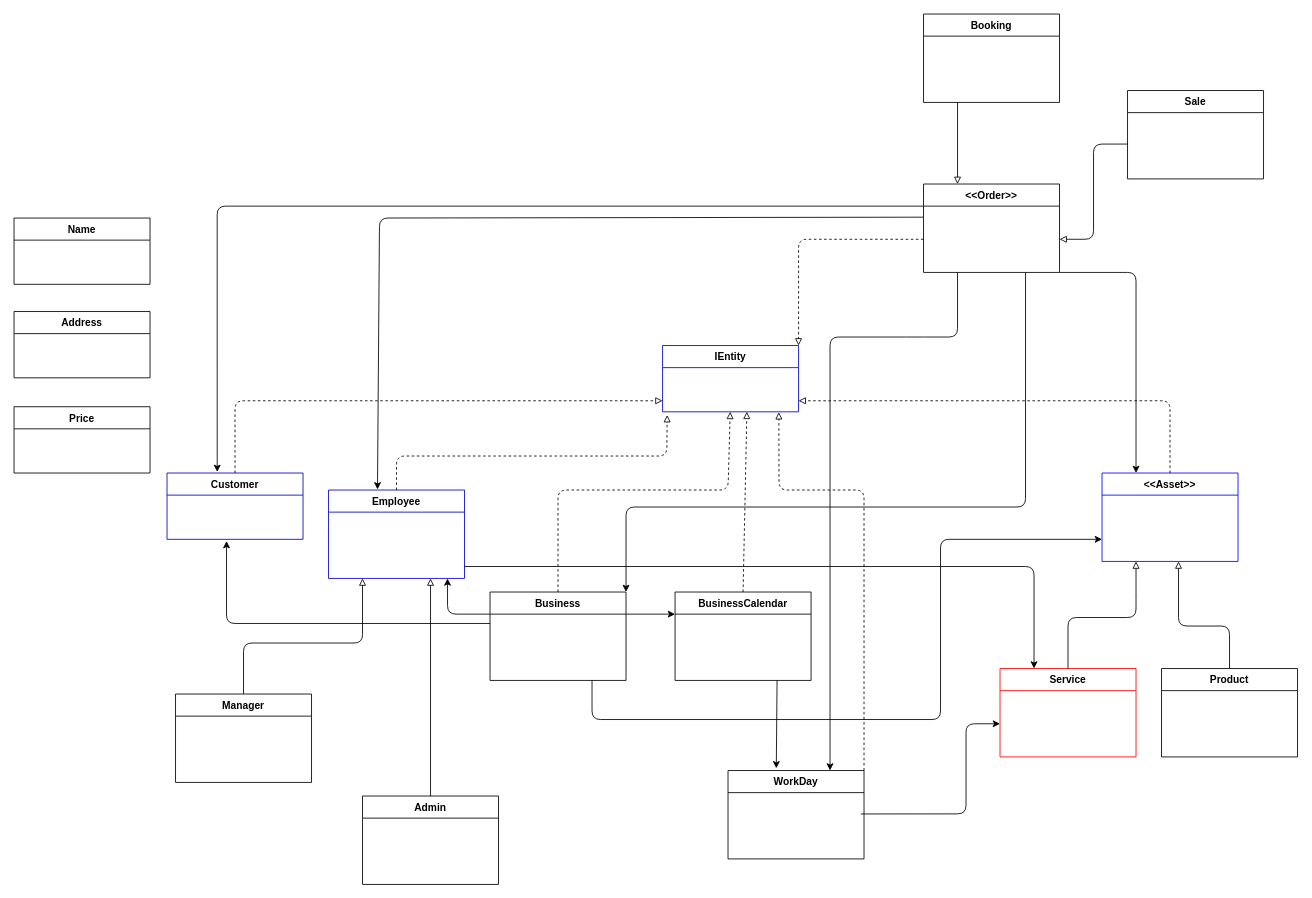
Above: docs/Domain Relationship Diagram.drawio in devcicerojr/booksa (draw.io), before the change. Source tidied: cells renumbered, new cells numbered last; positions are measured from the earlier drawing's top-left corner, leaving out a move shared by most shapes. Both pictures are drawn from the tidied source at 85%, with x=0, y=0 at pixel (14, 14).
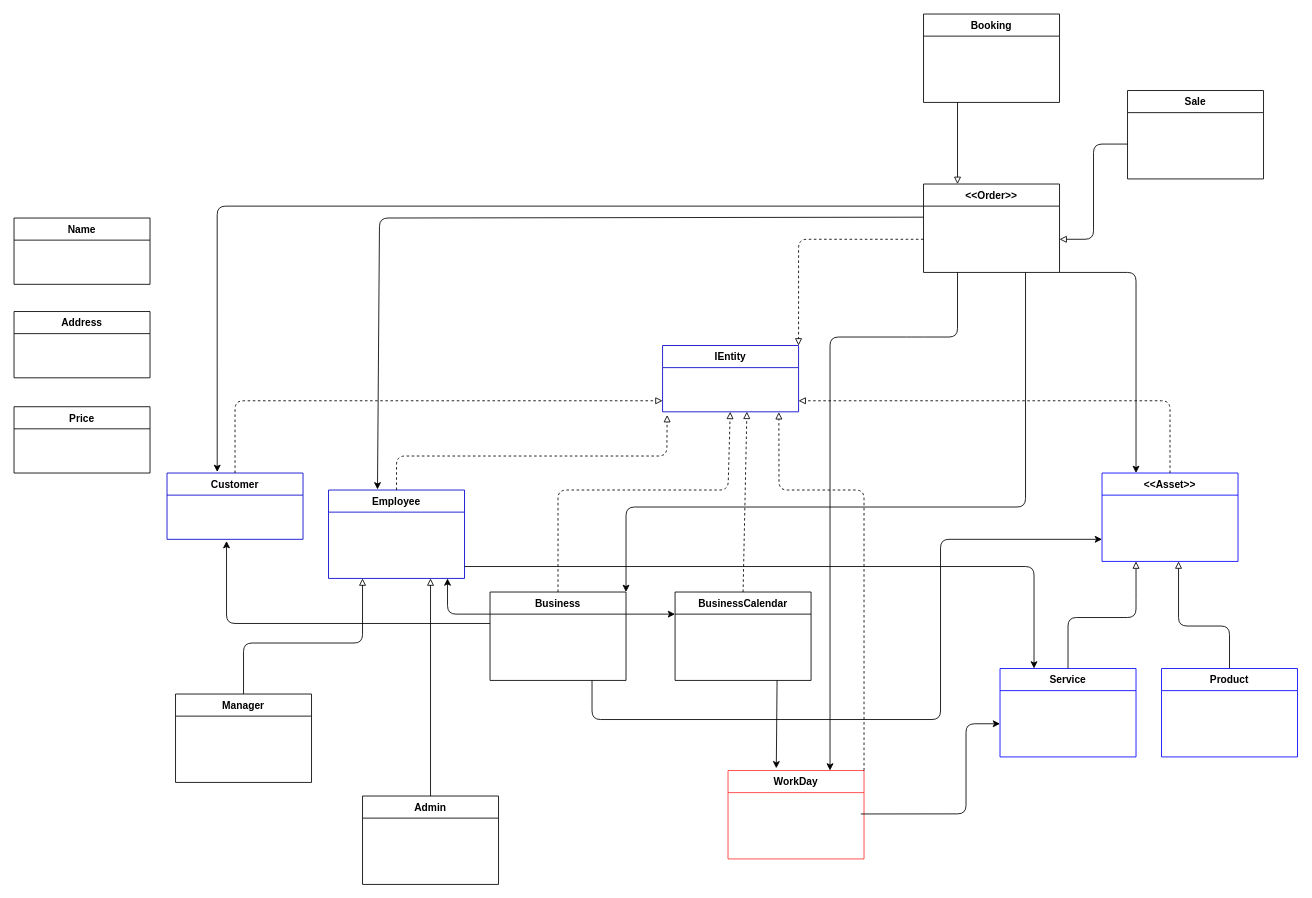
The same diagram, later.

Commit message:
Updating domain diagram

Change to the diagram source:
```diff
@@
-    <mxCell id="7" value="Service" style="swimlane;fontStyle=1;horizontal=1;startSize=26;rounded=0;shadow=0;strokeWidth=1;strokeColor=#FF0000;" parent="1" vertex="1">
+    <mxCell id="7" value="Service" style="swimlane;fontStyle=1;horizontal=1;startSize=26;rounded=0;shadow=0;strokeWidth=1;strokeColor=#0000FF;" parent="1" vertex="1">
       <mxGeometry x="1160" y="770" width="160" height="104" as="geometry" />
     </mxCell>
-    <mxCell id="8" value="Product" style="swimlane;fontStyle=1;horizontal=1;startSize=26;rounded=0;shadow=0;strokeWidth=1;" parent="1" vertex="1">
+    <mxCell id="8" value="Product" style="swimlane;fontStyle=1;horizontal=1;startSize=26;rounded=0;shadow=0;strokeWidth=1;strokeColor=#0000FF;" parent="1" vertex="1">
       <mxGeometry x="1350" y="770" width="160" height="104" as="geometry" />
     </mxCell>
@@
-    <mxCell id="31" value="WorkDay" style="swimlane;fontStyle=1;horizontal=1;startSize=26;rounded=0;shadow=0;strokeWidth=1;" parent="1" vertex="1">
+    <mxCell id="31" value="WorkDay" style="swimlane;fontStyle=1;horizontal=1;startSize=26;rounded=0;shadow=0;strokeWidth=1;strokeColor=#FF3333;" parent="1" vertex="1">
       <mxGeometry x="840" y="890" width="160" height="104" as="geometry" />
     </mxCell>
```
